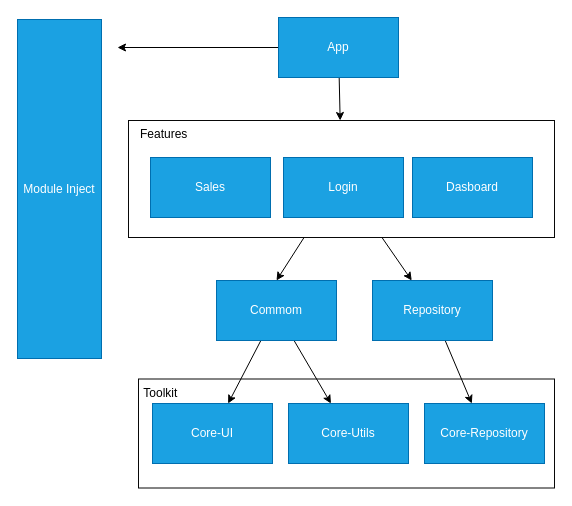
The draw.io diagram overview.drawio in vald3nir/Android-Water-Delivery, before the edit. Source tidied: cells renumbered, new cells numbered last; positions are measured from the earlier drawing's top-left corner, leaving out a move shared by most shapes. Both pictures are drawn from the tidied source at 100%, with x=0, y=0 at pixel (17, 17).
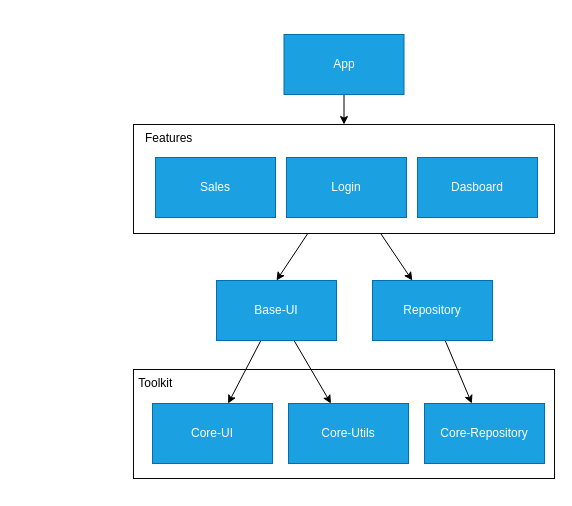
The same diagram, later.

The edit, as a diff of the source:
```diff
@@
-    <mxCell id="3" style="edgeStyle=none;html=1;labelBackgroundColor=#000000;fontColor=#000000;strokeColor=#000000;" parent="1" edge="1" source="4">
-      <mxGeometry relative="1" as="geometry">
-        <mxPoint x="100" y="30" as="targetPoint" />
-      </mxGeometry>
-    </mxCell>
     <mxCell id="4" value="App" style="rounded=0;whiteSpace=wrap;html=1;fillColor=#1ba1e2;fontColor=#ffffff;strokeColor=#006EAF;" parent="1" vertex="1">
-      <mxGeometry x="261" width="120" height="60" as="geometry" />
+      <mxGeometry x="266.5" y="17" width="120" height="60" as="geometry" />
     </mxCell>
-    <mxCell id="5" style="group;" parent="1" vertex="1">
-      <mxGeometry x="111" y="103" width="426" height="117" as="geometry" />
-    </mxCell>
-    <mxCell id="6" value="Login" style="rounded=0;whiteSpace=wrap;html=1;fillColor=#1ba1e2;fontColor=#ffffff;strokeColor=#006EAF;" parent="5" vertex="1">
-      <mxGeometry x="155" y="37" width="120" height="60" as="geometry" />
-    </mxCell>
-    <mxCell id="7" value="Dasboard" style="rounded=0;whiteSpace=wrap;html=1;fillColor=#1ba1e2;fontColor=#ffffff;strokeColor=#006EAF;" parent="5" vertex="1">
-      <mxGeometry x="284" y="37" width="120" height="60" as="geometry" />
-    </mxCell>
-    <mxCell id="8" value="Sales" style="rounded=0;whiteSpace=wrap;html=1;fillColor=#1ba1e2;fontColor=#ffffff;strokeColor=#006EAF;" parent="5" vertex="1">
-      <mxGeometry x="22" y="37" width="120" height="60" as="geometry" />
-    </mxCell>
-    <mxCell id="9" value="&lt;font color=&quot;#000000&quot;&gt;&amp;nbsp; &amp;nbsp;Features&lt;/font&gt;" style="rounded=0;whiteSpace=wrap;html=1;fillColor=none;strokeColor=#080808;align=left;verticalAlign=top;" parent="5" vertex="1">
-      <mxGeometry width="426" height="117" as="geometry" />
-    </mxCell>
-    <mxCell id="10" value="Module Inject" style="rounded=0;whiteSpace=wrap;html=1;fillColor=#1ba1e2;fontColor=#ffffff;strokeColor=#006EAF;" parent="1" vertex="1">
-      <mxGeometry y="2" width="84" height="339" as="geometry" />
-    </mxCell>
@@
-    <mxCell id="13" value="Commom" style="rounded=0;whiteSpace=wrap;html=1;fillColor=#1ba1e2;fontColor=#ffffff;strokeColor=#006EAF;" parent="1" vertex="1">
+    <mxCell id="13" value="Base-UI" style="rounded=0;whiteSpace=wrap;html=1;fillColor=#1ba1e2;fontColor=#ffffff;strokeColor=#006EAF;" parent="1" vertex="1">
       <mxGeometry x="199" y="263" width="120" height="60" as="geometry" />
     </mxCell>
@@
     <mxCell id="18" value="&lt;font color=&quot;#000000&quot;&gt;&amp;nbsp;Toolkit&lt;/font&gt;" style="rounded=0;whiteSpace=wrap;html=1;fillColor=none;strokeColor=#080808;align=left;verticalAlign=top;" parent="1" vertex="1">
-      <mxGeometry x="121" y="361.5" width="416" height="109" as="geometry" />
+      <mxGeometry x="116" y="352" width="421" height="109" as="geometry" />
     </mxCell>
@@
+    <mxCell id="6" value="Login" style="rounded=0;whiteSpace=wrap;html=1;fillColor=#1ba1e2;fontColor=#ffffff;strokeColor=#006EAF;" parent="1" vertex="1">
+      <mxGeometry x="269" y="140" width="120" height="60" as="geometry" />
+    </mxCell>
+    <mxCell id="7" value="Dasboard" style="rounded=0;whiteSpace=wrap;html=1;fillColor=#1ba1e2;fontColor=#ffffff;strokeColor=#006EAF;" parent="1" vertex="1">
+      <mxGeometry x="400" y="140" width="120" height="60" as="geometry" />
+    </mxCell>
+    <mxCell id="8" value="Sales" style="rounded=0;whiteSpace=wrap;html=1;fillColor=#1ba1e2;fontColor=#ffffff;strokeColor=#006EAF;" parent="1" vertex="1">
+      <mxGeometry x="138" y="140" width="120" height="60" as="geometry" />
+    </mxCell>
+    <mxCell id="9" value="&lt;font color=&quot;#000000&quot;&gt;&amp;nbsp; &amp;nbsp;Features&lt;/font&gt;" style="rounded=0;whiteSpace=wrap;html=1;fillColor=none;strokeColor=#080808;align=left;verticalAlign=top;" parent="1" vertex="1">
+      <mxGeometry x="116" y="107" width="421" height="109" as="geometry" />
+    </mxCell>
```
